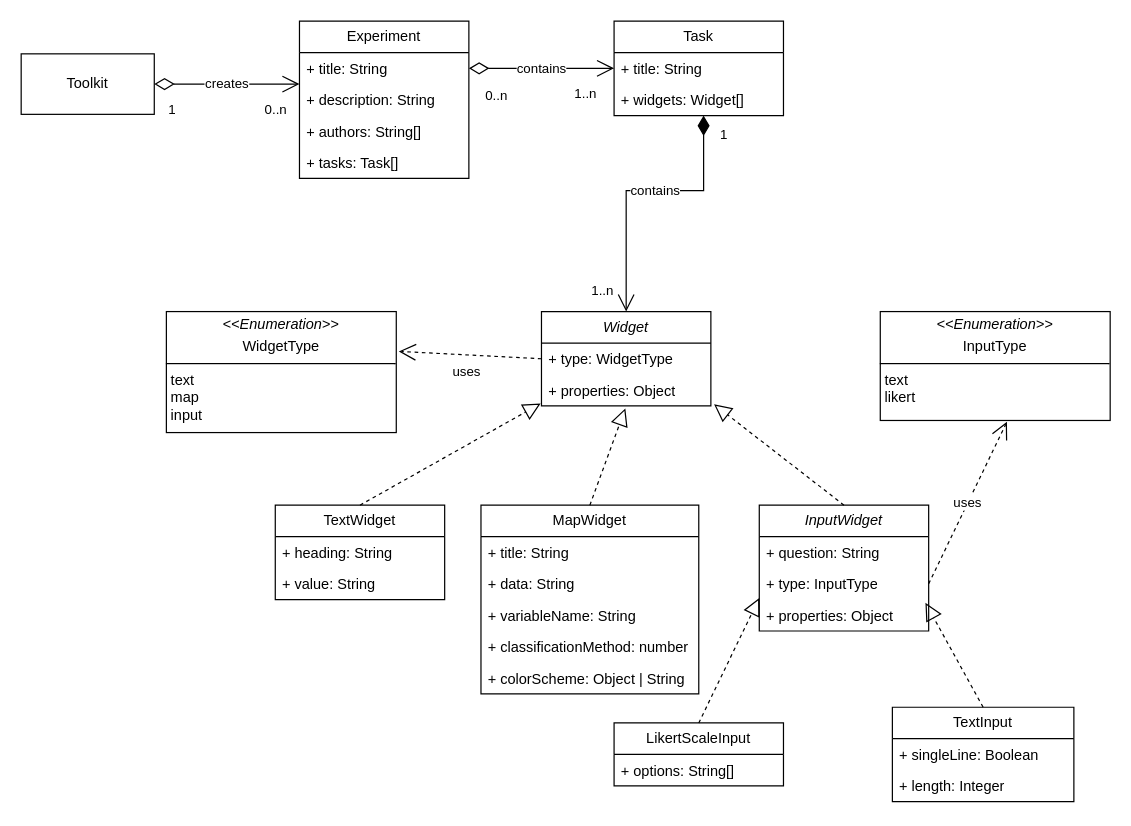
Above: resources/Model.drawio in aurioldegbelo/map-experiment-creation-toolkit (draw.io), before the change. Source tidied: cells renumbered, new cells numbered last; positions are measured from the earlier drawing's top-left corner, leaving out a move shared by most shapes. Both pictures are drawn from the tidied source at 121%, with x=0, y=0 at pixel (21, 21).
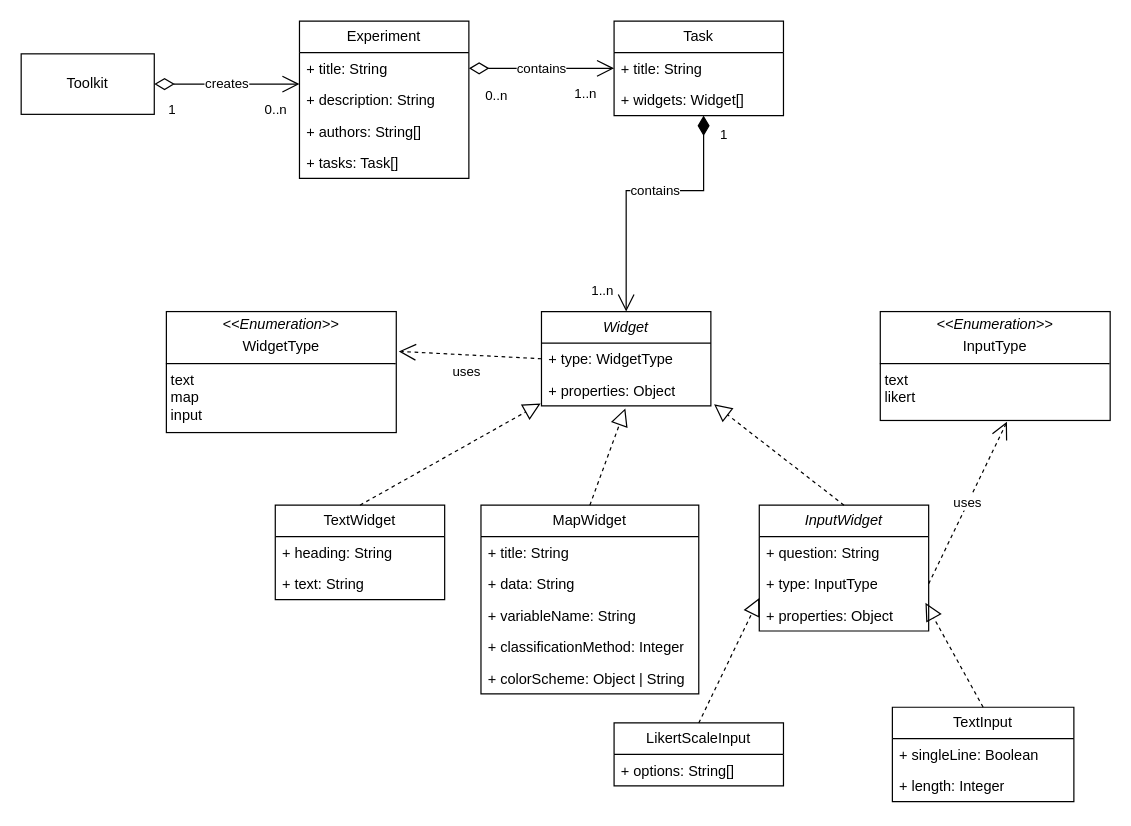
After the change.

Unchanged cells that the change refers to:
```xml
<mxCell id="27" value="TextWidget" style="swimlane;fontStyle=0;horizontal=1;startSize=26;fillColor=none;whiteSpace=wrap;html=1;" parent="1" vertex="1">
  <mxGeometry x="210" y="400" width="140" height="78" as="geometry" />
</mxCell>
<mxCell id="30" value="MapWidget" style="swimlane;fontStyle=0;horizontal=1;startSize=26;fillColor=none;whiteSpace=wrap;html=1;" parent="1" vertex="1">
  <mxGeometry x="380" y="400" width="180" height="156" as="geometry" />
</mxCell>
```

The edit, as a diff of the source:
```diff
@@
-    <mxCell id="29" value="+ value: String" style="text;strokeColor=none;fillColor=none;align=left;verticalAlign=top;spacingLeft=4;spacingRight=4;overflow=hidden;whiteSpace=wrap;html=1;" parent="27" vertex="1">
+    <mxCell id="29" value="+ text&lt;span style=&quot;background-color: initial;&quot;&gt;: String&lt;/span&gt;" style="text;strokeColor=none;fillColor=none;align=left;verticalAlign=top;spacingLeft=4;spacingRight=4;overflow=hidden;whiteSpace=wrap;html=1;" parent="27" vertex="1">
       <mxGeometry y="52" width="140" height="26" as="geometry" />
     </mxCell>
@@
-    <mxCell id="34" value="+ classificationMethod: number" style="text;strokeColor=none;fillColor=none;align=left;verticalAlign=top;spacingLeft=4;spacingRight=4;overflow=hidden;whiteSpace=wrap;html=1;" parent="30" vertex="1">
+    <mxCell id="34" value="+ classificationMethod: Integer" style="text;strokeColor=none;fillColor=none;align=left;verticalAlign=top;spacingLeft=4;spacingRight=4;overflow=hidden;whiteSpace=wrap;html=1;" parent="30" vertex="1">
       <mxGeometry y="104" width="180" height="26" as="geometry" />
     </mxCell>
```
